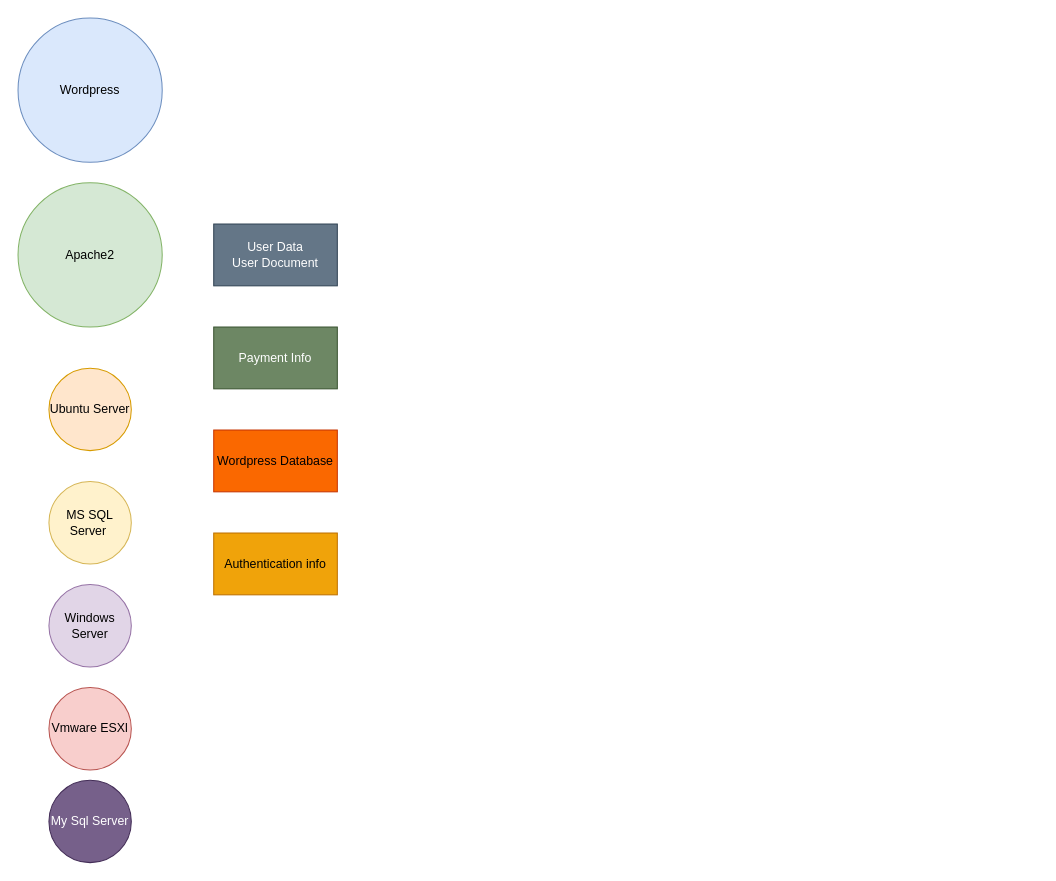
Earlier version of the draw.io diagram page "Page-11" (11 of 11) of duk_website.drawio (00Himanshu/System-Security-and-Risk-Analysis). Source tidied: cells renumbered, new cells numbered last; positions are measured from the earlier drawing's top-left corner, leaving out a move shared by most shapes. Both pictures are drawn from the tidied source at 103%, with x=0, y=0 at pixel (18, 18).
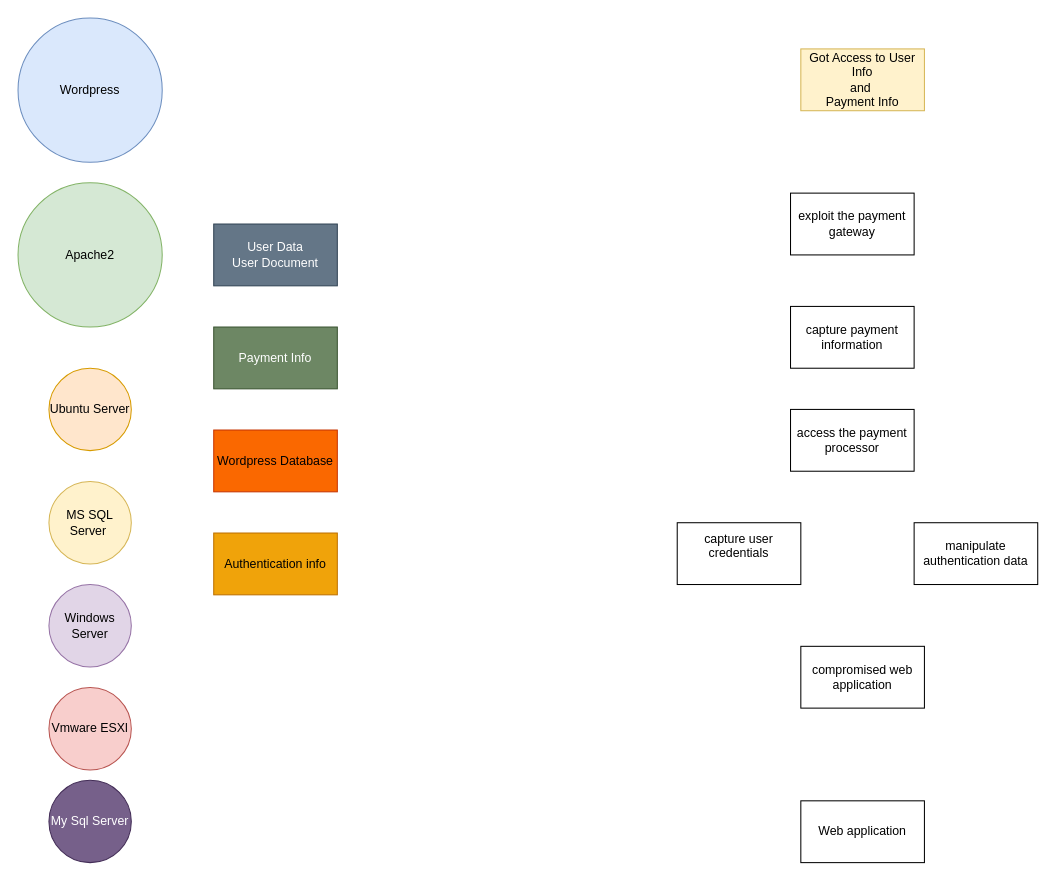
The same page after the edit.

Diff of the diagram source:
```diff
@@
+    <mxCell id="13" value="Got Access to User Info&lt;div&gt;and&amp;nbsp;&lt;/div&gt;&lt;div&gt;Payment Info&lt;/div&gt;" style="rounded=0;whiteSpace=wrap;html=1;fillColor=#fff2cc;strokeColor=#d6b656;" parent="1" vertex="1">
+      <mxGeometry x="760" y="30" width="120" height="60" as="geometry" />
+    </mxCell>
+    <mxCell id="14" value="Web application" style="rounded=0;whiteSpace=wrap;html=1;" parent="1" vertex="1">
+      <mxGeometry x="760" y="760" width="120" height="60" as="geometry" />
+    </mxCell>
+    <mxCell id="15" value=" compromised web application" style="rounded=0;whiteSpace=wrap;html=1;" parent="1" vertex="1">
+      <mxGeometry x="760" y="610" width="120" height="60" as="geometry" />
+    </mxCell>
+    <mxCell id="16" value="&#10;capture user credentials&#10;&#10;" style="rounded=0;whiteSpace=wrap;html=1;" parent="1" vertex="1">
+      <mxGeometry x="640" y="490" width="120" height="60" as="geometry" />
+    </mxCell>
+    <mxCell id="17" value="manipulate authentication data" style="rounded=0;whiteSpace=wrap;html=1;" parent="1" vertex="1">
+      <mxGeometry x="870" y="490" width="120" height="60" as="geometry" />
+    </mxCell>
+    <mxCell id="18" value="access the payment processor" style="rounded=0;whiteSpace=wrap;html=1;" parent="1" vertex="1">
+      <mxGeometry x="750" y="380" width="120" height="60" as="geometry" />
+    </mxCell>
+    <mxCell id="19" value="capture payment information" style="rounded=0;whiteSpace=wrap;html=1;" parent="1" vertex="1">
+      <mxGeometry x="750" y="280" width="120" height="60" as="geometry" />
+    </mxCell>
+    <mxCell id="20" value="exploit the payment gateway" style="rounded=0;whiteSpace=wrap;html=1;" parent="1" vertex="1">
+      <mxGeometry x="750" y="170" width="120" height="60" as="geometry" />
+    </mxCell>
```
